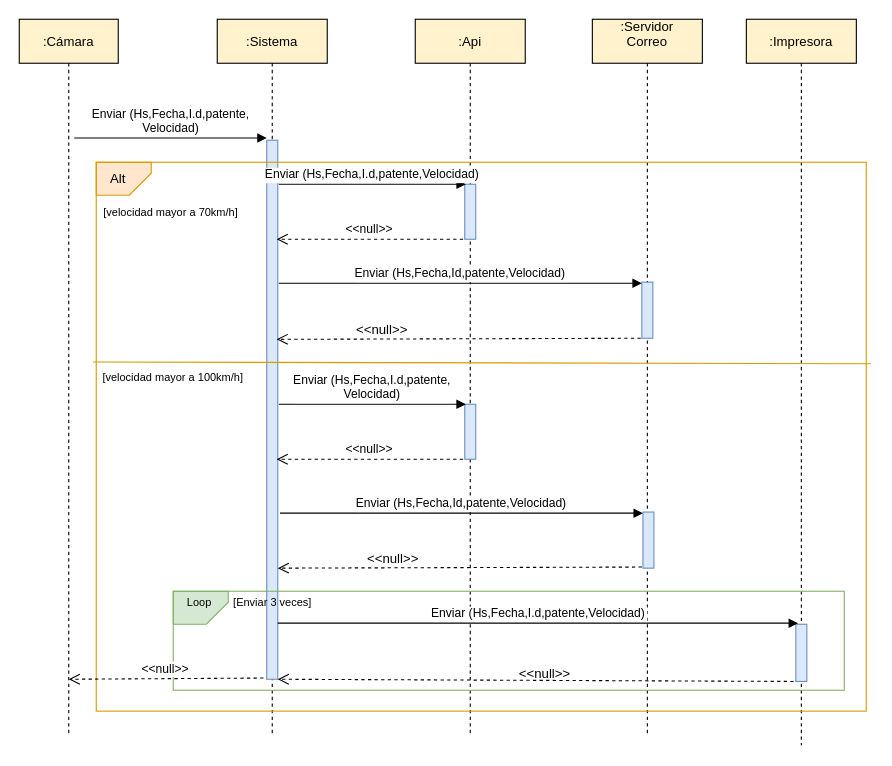
natalia-0709/izo-isw1-tpds keeps this draw.io diagram as Diagrama sin título.drawio. Above is the earlier version. Source tidied: cells renumbered, new cells numbered last; positions are measured from the earlier drawing's top-left corner, leaving out a move shared by most shapes. Both pictures are drawn from the tidied source at 110%, with x=0, y=0 at pixel (19, 19).
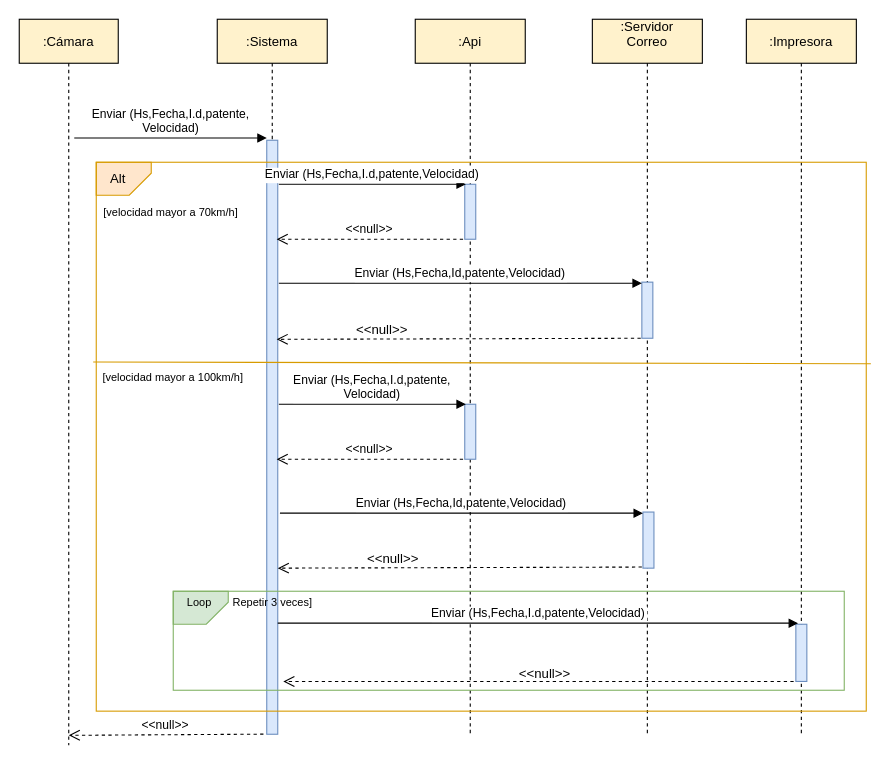
The same page after the edit.

The change refers to these unchanged cells:
```xml
<mxCell id="5" value=":Sistema" style="shape=umlLifeline;perimeter=lifelinePerimeter;rounded=0;shadow=0;strokeWidth=1;fillColor=#fff2cc;strokeColor=default;" parent="1" vertex="1">
  <mxGeometry x="180" width="100" height="650" as="geometry" />
</mxCell>
<mxCell id="34" style="rounded=0;whiteSpace=wrap;html=1;fontSize=10;fillColor=none;strokeColor=#82b366;" parent="1" vertex="1">
  <mxGeometry x="140" y="520" width="610" height="90" as="geometry" />
</mxCell>
```

The edit, as a diff of the source:
```diff
@@
     <mxCell id="4" value=":Cámara" style="shape=umlLifeline;perimeter=lifelinePerimeter;rounded=0;shadow=0;strokeWidth=1;fillColor=#fff2cc;strokeColor=default;" parent="1" vertex="1">
-      <mxGeometry width="90" height="650" as="geometry" />
+      <mxGeometry width="90" height="660" as="geometry" />
     </mxCell>
@@
     <mxCell id="6" style="points=[];perimeter=orthogonalPerimeter;rounded=0;shadow=0;strokeWidth=1;fillColor=#dae8fc;strokeColor=#6c8ebf;" parent="5" vertex="1">
-      <mxGeometry x="45" y="110" width="10" height="490" as="geometry" />
+      <mxGeometry x="45" y="110" width="10" height="540" as="geometry" />
     </mxCell>
@@
     <mxCell id="14" value=":Impresora" style="shape=umlLifeline;perimeter=lifelinePerimeter;rounded=0;shadow=0;strokeWidth=1;fillColor=#fff2cc;strokeColor=default;" parent="1" vertex="1">
-      <mxGeometry x="661" width="100" height="660" as="geometry" />
+      <mxGeometry x="661" width="100" height="650" as="geometry" />
     </mxCell>
@@
-    <mxCell id="28" style="verticalAlign=bottom;endArrow=open;dashed=1;endSize=8;shadow=0;strokeWidth=1;exitX=0.1;exitY=0.784;exitDx=0;exitDy=0;exitPerimeter=0;entryX=1;entryY=1;entryDx=0;entryDy=0;entryPerimeter=0;" parent="1" edge="1" target="6">
+    <mxCell id="28" style="verticalAlign=bottom;endArrow=open;dashed=1;endSize=8;shadow=0;strokeWidth=1;exitX=0.1;exitY=0.784;exitDx=0;exitDy=0;exitPerimeter=0;entryX=0.164;entryY=0.911;entryDx=0;entryDy=0;entryPerimeter=0;" parent="1" edge="1" target="34">
       <mxGeometry x="0.07" y="-20" relative="1" as="geometry">
         <mxPoint x="704" y="602" as="sourcePoint" />
       </mxGeometry>
     </mxCell>
@@
-    <mxCell id="36" value="&lt;font style=&quot;vertical-align: inherit; font-size: 10px;&quot;&gt;&lt;font style=&quot;vertical-align: inherit; font-size: 10px;&quot;&gt;[Enviar 3 veces]&lt;/font&gt;&lt;/font&gt;" style="text;html=1;strokeColor=none;fillColor=none;align=center;verticalAlign=middle;whiteSpace=wrap;rounded=0;fontSize=10;" parent="1" vertex="1">
+    <mxCell id="36" value="&lt;font style=&quot;vertical-align: inherit; font-size: 10px;&quot;&gt;&lt;font style=&quot;vertical-align: inherit; font-size: 10px;&quot;&gt;Repetir 3 veces]&lt;/font&gt;&lt;/font&gt;" style="text;html=1;strokeColor=none;fillColor=none;align=center;verticalAlign=middle;whiteSpace=wrap;rounded=0;fontSize=10;" parent="1" vertex="1">
       <mxGeometry x="187.5" y="515" width="85" height="30" as="geometry" />
     </mxCell>
     <mxCell id="37" value="&lt;&lt;null&gt;&gt;" style="verticalAlign=bottom;endArrow=open;dashed=1;endSize=8;shadow=0;strokeWidth=1;exitX=0.2;exitY=0.61;exitDx=0;exitDy=0;exitPerimeter=0;" parent="1" edge="1">
       <mxGeometry relative="1" as="geometry">
-        <mxPoint x="222" y="598.9" as="sourcePoint" />
-        <mxPoint x="45" y="600" as="targetPoint" />
+        <mxPoint x="222" y="649.9" as="sourcePoint" />
+        <mxPoint x="45" y="651" as="targetPoint" />
       </mxGeometry>
     </mxCell>
```
